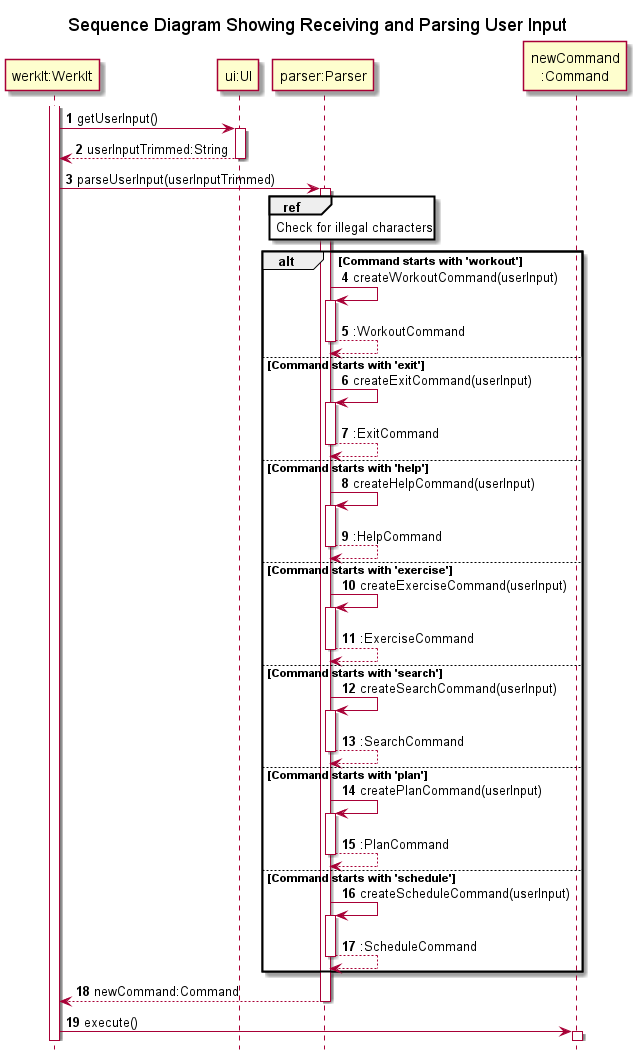
Earlier version of the PlantUML export docs/uml/sequenceDiagrams/miscellaneous/images/obtainAndParseUserInput.png (nus-cs2113-AY2122S2/tp).
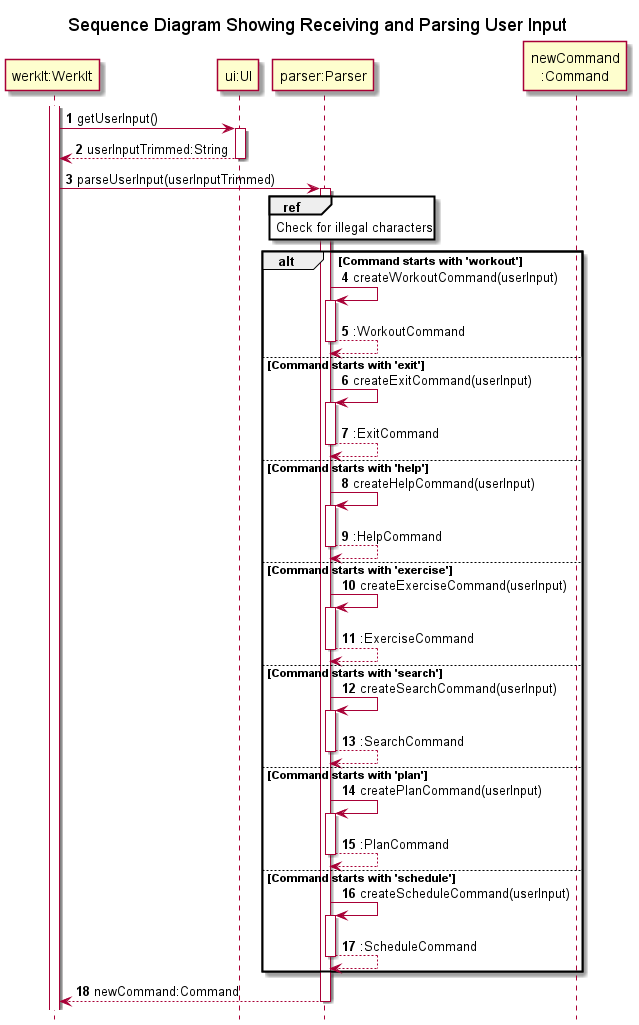
After the commit.

Commit message:
Remove `Command#execute()` function from the 'obtain and parse user input' SD

Change to the diagram source:
```diff
@@ -54,7 +54,4 @@
 
 return newCommand:Command
 
-WerkIt -> newCommand : execute()
-activate newCommand
-
 @enduml
```
